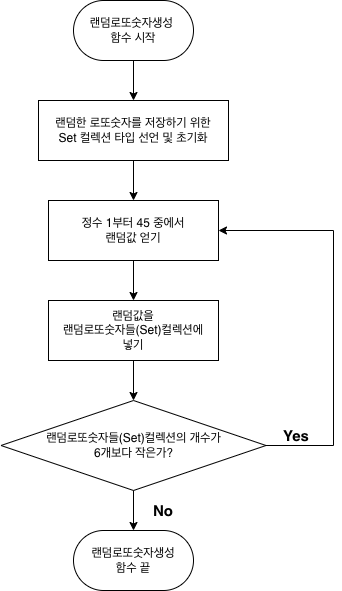
Above: week2_step1_flowchart.png in yagom-academy/swift-starter-Round2 (draw.io), before the change. Source tidied: cells renumbered, new cells last; positions are measured from the earlier drawing's top-left corner, leaving out a move shared by most shapes.
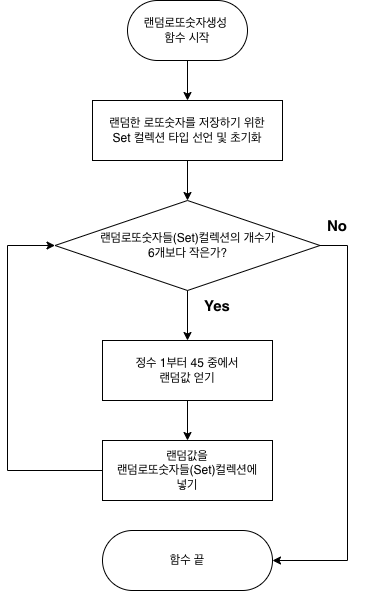
Above is the later version.

Commit message:
week2 step1 순서도 수정

Diff of the diagram source:
```diff
@@ -5,51 +5,58 @@
     <mxCell id="2" value="랜덤로또숫자생성 &lt;br&gt;함수 시작" style="rounded=1;whiteSpace=wrap;html=1;arcSize=50;" parent="1" vertex="1">
       <mxGeometry x="72" width="120" height="60" as="geometry" />
     </mxCell>
-    <mxCell id="3" value="랜덤로또숫자생성&lt;br&gt;함수 끝" style="rounded=1;whiteSpace=wrap;html=1;arcSize=50;" parent="1" vertex="1">
-      <mxGeometry x="72" y="530" width="120" height="60" as="geometry" />
+    <mxCell id="3" value="함수 끝" style="rounded=1;whiteSpace=wrap;html=1;arcSize=50;" parent="1" vertex="1">
+      <mxGeometry x="47" y="530" width="170" height="60" as="geometry" />
     </mxCell>
     <mxCell id="4" value="랜덤한 로또숫자를 저장하기 위한&lt;br&gt;Set 컬렉션 타입 선언 및 초기화" style="rounded=0;whiteSpace=wrap;html=1;" parent="1" vertex="1">
       <mxGeometry x="37" y="100" width="190" height="60" as="geometry" />
     </mxCell>
     <mxCell id="5" value="정수 1부터 45 중에서&lt;br&gt;랜덤값 얻기" style="rounded=0;whiteSpace=wrap;html=1;" parent="1" vertex="1">
-      <mxGeometry x="47" y="200" width="170" height="60" as="geometry" />
+      <mxGeometry x="47" y="340" width="170" height="60" as="geometry" />
     </mxCell>
     <mxCell id="6" value="랜덤로또숫자들(Set)컬렉션의 개수가&lt;br&gt;6개보다 작은가?" style="rhombus;whiteSpace=wrap;html=1;" parent="1" vertex="1">
-      <mxGeometry x="-0.5" y="400" width="265" height="90" as="geometry" />
+      <mxGeometry x="-0.5" y="200" width="265" height="90" as="geometry" />
     </mxCell>
-    <mxCell id="7" style="endArrow=classic;html=1;rounded=0;exitX=1;exitY=0.5;exitDx=0;exitDy=0;entryX=1;entryY=0.5;entryDx=0;entryDy=0;" parent="1" edge="1" source="6" target="5">
+    <mxCell id="7" style="endArrow=classic;html=1;rounded=0;exitX=0;exitY=0.5;exitDx=0;exitDy=0;entryX=0;entryY=0.5;entryDx=0;entryDy=0;" parent="1" edge="1" source="8" target="6">
       <mxGeometry relative="1" as="geometry">
         <Array as="points">
-          <mxPoint x="332" y="445" />
-          <mxPoint x="332" y="230" />
+          <mxPoint x="-48" y="470" />
+          <mxPoint x="-48" y="245" />
         </Array>
       </mxGeometry>
     </mxCell>
     <mxCell id="8" value="랜덤값을&lt;br&gt;랜덤로또숫자들(Set)컬렉션에&lt;br&gt;넣기" style="rounded=0;whiteSpace=wrap;html=1;" parent="1" vertex="1">
-      <mxGeometry x="47" y="300" width="170" height="60" as="geometry" />
+      <mxGeometry x="47" y="440" width="170" height="60" as="geometry" />
     </mxCell>
-    <mxCell id="9" style="endArrow=classic;html=1;rounded=0;exitX=0.5;exitY=1;exitDx=0;exitDy=0;" parent="1" edge="1" source="6" target="3">
-      <mxGeometry relative="1" as="geometry" />
+    <mxCell id="9" style="endArrow=classic;html=1;rounded=0;exitX=0.5;exitY=1;exitDx=0;exitDy=0;" parent="1" edge="1" source="6">
+      <mxGeometry relative="1" as="geometry">
+        <mxPoint x="132" y="340" as="targetPoint" />
+      </mxGeometry>
     </mxCell>
     <mxCell id="10" style="endArrow=classic;html=1;rounded=0;exitX=0.5;exitY=1;exitDx=0;exitDy=0;" parent="1" edge="1" source="2">
       <mxGeometry relative="1" as="geometry">
         <mxPoint x="132" y="100" as="targetPoint" />
       </mxGeometry>
     </mxCell>
-    <mxCell id="11" style="endArrow=classic;html=1;rounded=0;exitX=0.5;exitY=1;exitDx=0;exitDy=0;entryX=0.5;entryY=0;entryDx=0;entryDy=0;" parent="1" edge="1" source="4" target="5">
+    <mxCell id="11" style="endArrow=classic;html=1;rounded=0;exitX=0.5;exitY=1;exitDx=0;exitDy=0;entryX=0.5;entryY=0;entryDx=0;entryDy=0;" parent="1" edge="1" source="4" target="6">
       <mxGeometry relative="1" as="geometry" />
     </mxCell>
     <mxCell id="12" style="endArrow=classic;html=1;rounded=0;exitX=0.5;exitY=1;exitDx=0;exitDy=0;" parent="1" edge="1" source="5" target="8">
       <mxGeometry relative="1" as="geometry" />
     </mxCell>
     <mxCell id="13" value="&lt;b&gt;&lt;font style=&quot;font-size: 15px;&quot;&gt;Yes&lt;/font&gt;&lt;/b&gt;" style="text;html=1;strokeColor=none;fillColor=none;align=center;verticalAlign=middle;whiteSpace=wrap;rounded=0;" parent="1" vertex="1">
-      <mxGeometry x="264.5" y="420" width="60" height="30" as="geometry" />
+      <mxGeometry x="132" y="290" width="60" height="30" as="geometry" />
     </mxCell>
     <mxCell id="14" value="&lt;b&gt;No&lt;/b&gt;" style="text;html=1;strokeColor=none;fillColor=none;align=center;verticalAlign=middle;whiteSpace=wrap;rounded=0;fontSize=15;" parent="1" vertex="1">
-      <mxGeometry x="132" y="495" width="60" height="30" as="geometry" />
+      <mxGeometry x="252" y="210" width="60" height="30" as="geometry" />
     </mxCell>
-    <mxCell id="15" style="endArrow=classic;html=1;rounded=0;fontSize=15;exitX=0.5;exitY=1;exitDx=0;exitDy=0;entryX=0.5;entryY=0;entryDx=0;entryDy=0;" parent="1" edge="1" source="8" target="6">
-      <mxGeometry relative="1" as="geometry" />
-    </mxCell>
+    <mxCell id="16" style="endArrow=classic;html=1;rounded=0;exitX=1;exitY=0.5;exitDx=0;exitDy=0;entryX=1;entryY=0.5;entryDx=0;entryDy=0;" parent="1" edge="1" source="6" target="3">
+      <mxGeometry relative="1" as="geometry">
+        <Array as="points">
+          <mxPoint x="292" y="245" />
+          <mxPoint x="292" y="560" />
+        </Array>
+      </mxGeometry>
+    </mxCell>
   </root>
 </mxGraphModel>
```
